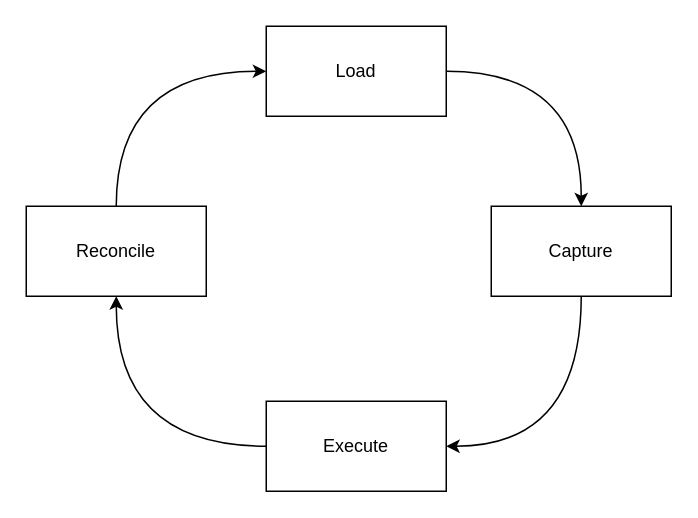
Above: page "loop" (2 of 3) of docs/architecture/architecture.drawio in Todor-Boev-IBM/ratchet (draw.io), before the change. Source tidied: cells renumbered, new cells numbered last; positions are measured from the earlier drawing's top-left corner, leaving out a move shared by most shapes. Both pictures are drawn from the tidied source at 150%, with x=0, y=0 at pixel (26, 26).
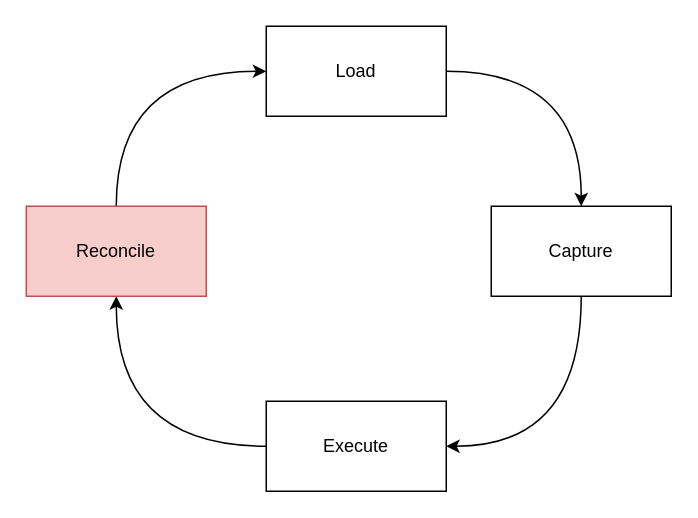
Above is the later version.

The edit, as a diff of the source:
```diff
@@
 <mxGraphModel>
   <root>
     <mxCell id="0" />
     <mxCell id="1" parent="0" />
     <mxCell id="2" style="edgeStyle=orthogonalEdgeStyle;rounded=0;jettySize=auto;html=1;exitX=1;exitY=0.5;exitDx=0;exitDy=0;entryX=0.5;entryY=0;entryDx=0;entryDy=0;curved=1;" parent="1" edge="1" source="3" target="5">
       <mxGeometry relative="1" as="geometry" />
     </mxCell>
     <mxCell id="3" value="Load" style="rounded=0;whiteSpace=wrap;html=1;" parent="1" vertex="1">
       <mxGeometry x="160" width="120" height="60" as="geometry" />
     </mxCell>
     <mxCell id="4" style="edgeStyle=orthogonalEdgeStyle;rounded=0;jettySize=auto;html=1;exitX=0;exitY=0.5;exitDx=0;exitDy=0;entryX=0.5;entryY=1;entryDx=0;entryDy=0;curved=1;" parent="1" edge="1" source="9" target="7">
       <mxGeometry relative="1" as="geometry" />
     </mxCell>
     <mxCell id="5" value="Capture" style="rounded=0;whiteSpace=wrap;html=1;" parent="1" vertex="1">
       <mxGeometry x="310" y="120" width="120" height="60" as="geometry" />
     </mxCell>
     <mxCell id="6" style="edgeStyle=orthogonalEdgeStyle;rounded=0;jettySize=auto;html=1;exitX=0.5;exitY=0;exitDx=0;exitDy=0;entryX=0;entryY=0.5;entryDx=0;entryDy=0;curved=1;" parent="1" edge="1" source="7" target="3">
       <mxGeometry relative="1" as="geometry" />
     </mxCell>
-    <mxCell id="7" value="Reconcile" style="rounded=0;whiteSpace=wrap;html=1;" parent="1" vertex="1">
+    <mxCell id="7" value="Reconcile" style="rounded=0;whiteSpace=wrap;html=1;fillColor=#f8cecc;strokeColor=#b85450;" parent="1" vertex="1">
       <mxGeometry y="120" width="120" height="60" as="geometry" />
     </mxCell>
     <mxCell id="8" style="edgeStyle=orthogonalEdgeStyle;rounded=0;jettySize=auto;html=1;exitX=0.5;exitY=1;exitDx=0;exitDy=0;entryX=1;entryY=0.5;entryDx=0;entryDy=0;curved=1;" parent="1" edge="1" source="5" target="9">
       <mxGeometry relative="1" as="geometry" />
     </mxCell>
     <mxCell id="9" value="Execute" style="rounded=0;whiteSpace=wrap;html=1;" parent="1" vertex="1">
       <mxGeometry x="160" y="250" width="120" height="60" as="geometry" />
     </mxCell>
   </root>
 </mxGraphModel>
```
